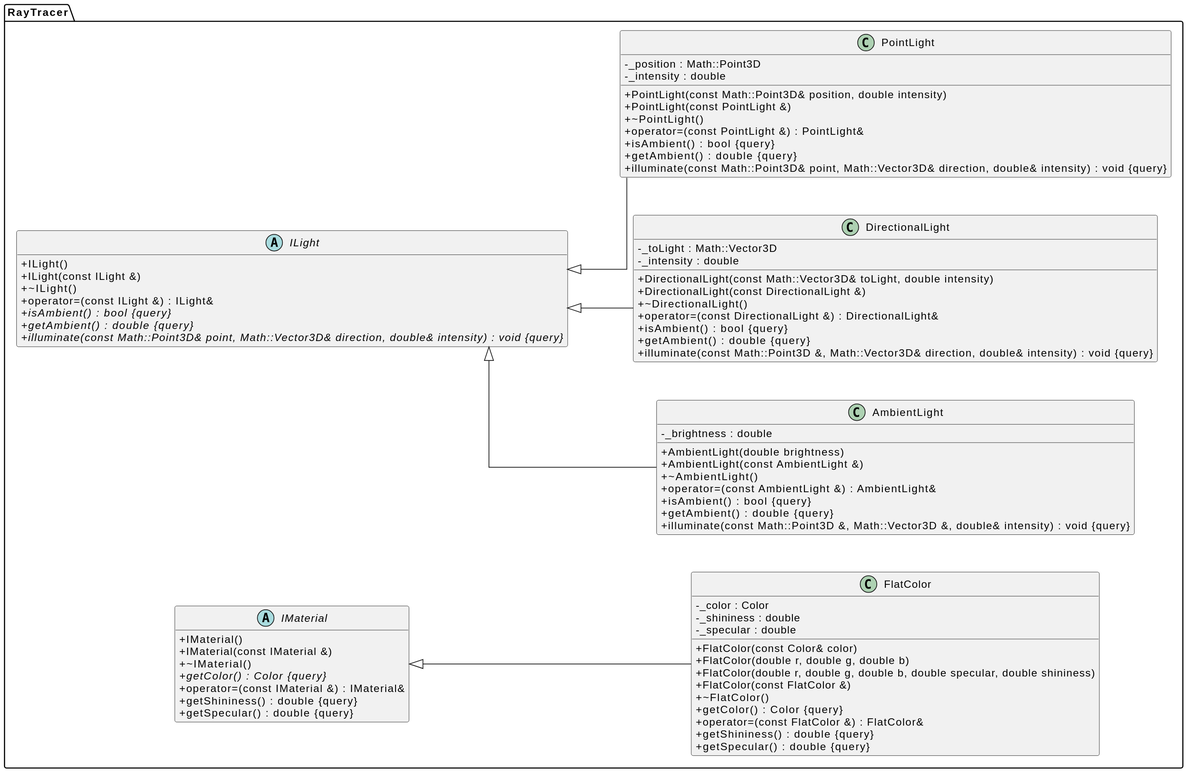
Before: docs/uml/lighting.svg, a diagram exported from PlantUML (cassydjye/RAYTRACER_CI).
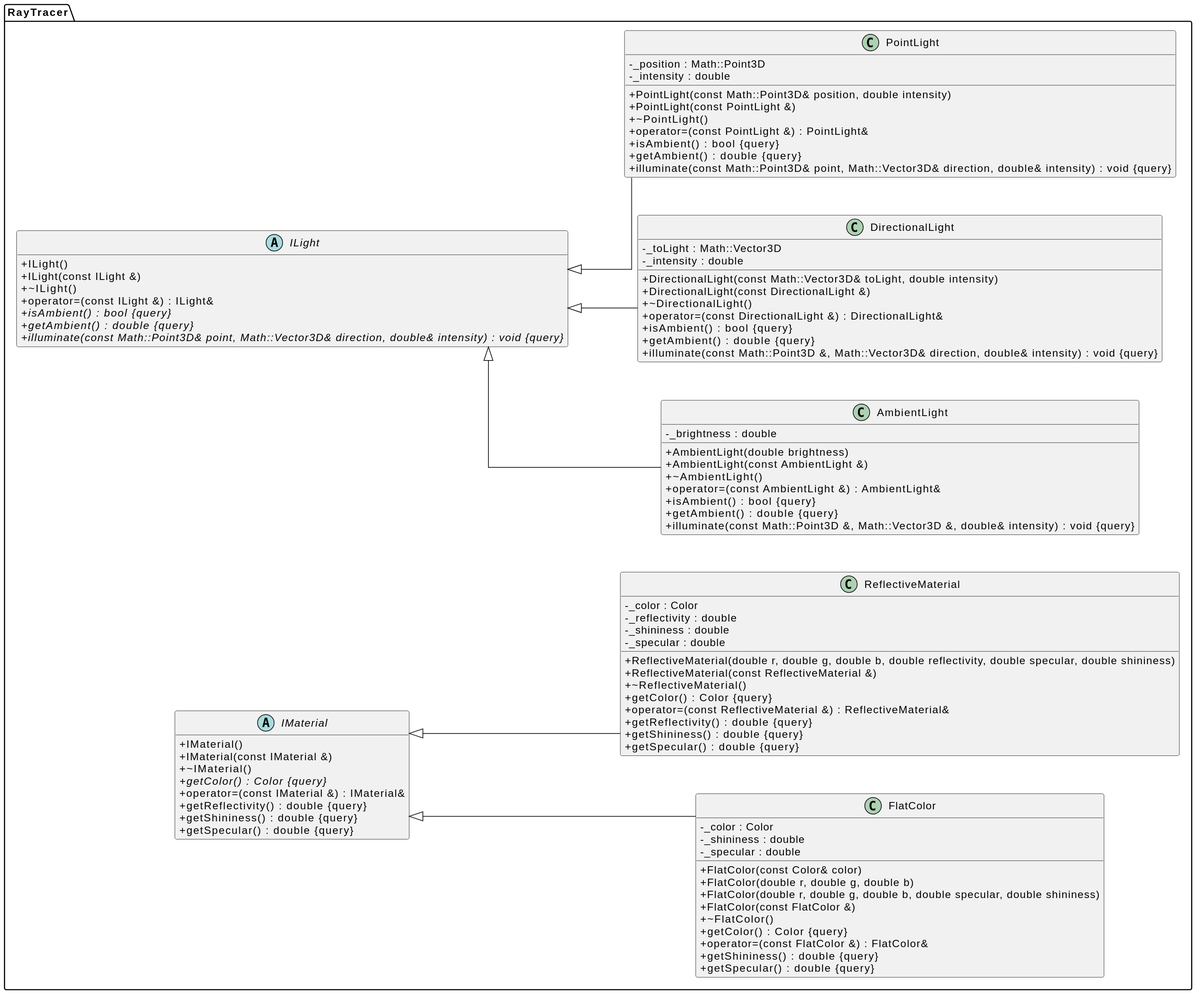
Above is the later version.

What changed in the source:
```diff
@@ -67,6 +67,7 @@
 		+~IMaterial()
 		+{abstract} getColor() : Color {query}
 		+operator=(const IMaterial &) : IMaterial&
+		+getReflectivity() : double {query}
 		+getShininess() : double {query}
 		+getSpecular() : double {query}
 	}
@@ -81,6 +82,21 @@
 		-_intensity : double
 		+getAmbient() : double {query}
 		+illuminate(const Math::Point3D& point, Math::Vector3D& direction, double& intensity) : void {query}
+	}
+
+	class ReflectiveMaterial {
+		+ReflectiveMaterial(double r, double g, double b, double reflectivity, double specular, double shininess)
+		+ReflectiveMaterial(const ReflectiveMaterial &)
+		+~ReflectiveMaterial()
+		-_color : Color
+		+getColor() : Color {query}
+		+operator=(const ReflectiveMaterial &) : ReflectiveMaterial&
+		-_reflectivity : double
+		-_shininess : double
+		-_specular : double
+		+getReflectivity() : double {query}
+		+getShininess() : double {query}
+		+getSpecular() : double {query}
 	}
 }
 
@@ -101,6 +117,9 @@
 RayTracer.IMaterial <|-- RayTracer.FlatColor
 
 
+RayTracer.IMaterial <|-- RayTracer.ReflectiveMaterial
+
+
 
 
 
```
